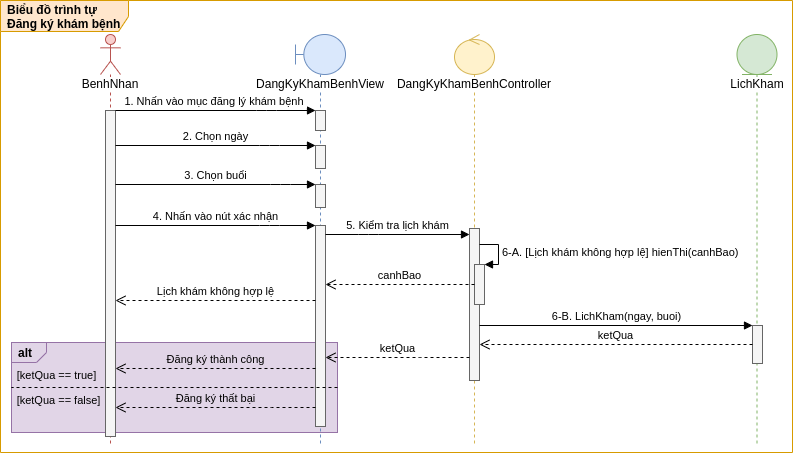
luclegen/medicine16 keeps this draw.io diagram as images/Sequence Diagram/Register for medical examination.png. Above is the earlier version. Source tidied: cells renumbered, new cells last; positions are measured from the earlier drawing's top-left corner, leaving out a move shared by most shapes.
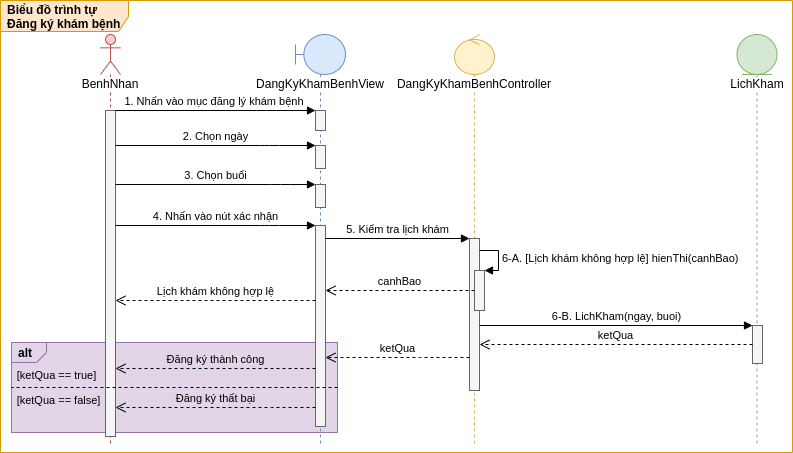
Later version of the same file.

Commit message:
Update Register for medical examination

The edit, as a diff of the source:
```diff
@@ -1,20 +1,20 @@
 <mxGraphModel>
   <root>
-    <mxCell id="0" />
-    <mxCell id="1" parent="0" />
+    <mxCell id="32" />
+    <mxCell id="33" parent="32" />
-    <mxCell id="2" value="&lt;b&gt;Biểu đồ trình tự&lt;br&gt;Đăng ký khám bệnh&lt;/b&gt;" style="shape=umlFrame;whiteSpace=wrap;html=1;width=128;height=31;boundedLbl=1;verticalAlign=middle;align=left;spacingLeft=5;fillColor=#ffe6cc;strokeColor=#d79b00;swimlaneFillColor=#FFFFFF;" parent="1" vertex="1">
+    <mxCell id="2" value="&lt;b&gt;Biểu đồ trình tự&lt;br&gt;Đăng ký khám bệnh&lt;/b&gt;" style="shape=umlFrame;whiteSpace=wrap;html=1;width=128;height=31;boundedLbl=1;verticalAlign=middle;align=left;spacingLeft=5;fillColor=#ffe6cc;strokeColor=#d79b00;swimlaneFillColor=#FFFFFF;" parent="33" vertex="1">
       <mxGeometry width="792" height="452" as="geometry" />
     </mxCell>
-    <mxCell id="3" value="alt" style="strokeColor=#9673a6;fillColor=#e1d5e7;html=1;shape=mxgraph.sysml.package;labelX=35;fontStyle=1;align=left;verticalAlign=top;spacingLeft=5;spacingTop=-3;labelBackgroundColor=none;" parent="1" vertex="1">
+    <mxCell id="3" value="alt" style="strokeColor=#9673a6;fillColor=#e1d5e7;html=1;shape=mxgraph.sysml.package;labelX=35;fontStyle=1;align=left;verticalAlign=top;spacingLeft=5;spacingTop=-3;labelBackgroundColor=none;" parent="33" vertex="1">
       <mxGeometry x="11" y="342" width="326" height="90" as="geometry" />
     </mxCell>
-    <mxCell id="4" value="&lt;span style=&quot;background-color: rgb(255 , 255 , 255)&quot;&gt;BenhNhan&lt;/span&gt;" style="shape=umlLifeline;participant=umlActor;perimeter=lifelinePerimeter;whiteSpace=wrap;html=1;verticalAlign=top;spacingTop=36;fillColor=#f8cecc;strokeColor=#b85450;" parent="1" vertex="1">
+    <mxCell id="4" value="&lt;span style=&quot;background-color: rgb(255 , 255 , 255)&quot;&gt;BenhNhan&lt;/span&gt;" style="shape=umlLifeline;participant=umlActor;perimeter=lifelinePerimeter;whiteSpace=wrap;html=1;verticalAlign=top;spacingTop=36;fillColor=#f8cecc;strokeColor=#b85450;" parent="33" vertex="1">
       <mxGeometry x="100" y="34" width="20" height="410" as="geometry" />
     </mxCell>
     <mxCell id="5" style="html=1;points=[];perimeter=orthogonalPerimeter;fillColor=#f5f5f5;strokeColor=#666666;fontColor=#333333;" parent="4" vertex="1">
       <mxGeometry x="5" y="76" width="10" height="326" as="geometry" />
     </mxCell>
-    <mxCell id="6" value="&lt;span style=&quot;background-color: rgb(255 , 255 , 255)&quot;&gt;DangKyKhamBenhView&lt;/span&gt;" style="shape=umlLifeline;participant=umlBoundary;perimeter=lifelinePerimeter;whiteSpace=wrap;html=1;verticalAlign=top;spacingTop=36;fillColor=#dae8fc;strokeColor=#6c8ebf;" parent="1" vertex="1">
+    <mxCell id="6" value="&lt;span style=&quot;background-color: rgb(255 , 255 , 255)&quot;&gt;DangKyKhamBenhView&lt;/span&gt;" style="shape=umlLifeline;participant=umlBoundary;perimeter=lifelinePerimeter;whiteSpace=wrap;html=1;verticalAlign=top;spacingTop=36;fillColor=#dae8fc;strokeColor=#6c8ebf;" parent="33" vertex="1">
       <mxGeometry x="295" y="34" width="50" height="410" as="geometry" />
     </mxCell>
     <mxCell id="7" style="html=1;points=[];perimeter=orthogonalPerimeter;fillColor=#f5f5f5;strokeColor=#666666;fontColor=#333333;" parent="6" vertex="1">
@@ -29,113 +29,112 @@
     <mxCell id="10" style="html=1;points=[];perimeter=orthogonalPerimeter;fillColor=#f5f5f5;strokeColor=#666666;fontColor=#333333;" parent="6" vertex="1">
       <mxGeometry x="20" y="191" width="10" height="201" as="geometry" />
     </mxCell>
-    <mxCell id="11" value="&lt;span style=&quot;background-color: rgb(255 , 255 , 255)&quot;&gt;DangKyKhamBenhController&lt;/span&gt;" style="shape=umlLifeline;participant=umlControl;perimeter=lifelinePerimeter;whiteSpace=wrap;html=1;verticalAlign=top;spacingTop=36;fillColor=#fff2cc;strokeColor=#d6b656;" parent="1" vertex="1">
+    <mxCell id="11" value="&lt;span style=&quot;background-color: rgb(255 , 255 , 255)&quot;&gt;DangKyKhamBenhController&lt;/span&gt;" style="shape=umlLifeline;participant=umlControl;perimeter=lifelinePerimeter;whiteSpace=wrap;html=1;verticalAlign=top;spacingTop=36;fillColor=#fff2cc;strokeColor=#d6b656;" parent="33" vertex="1">
       <mxGeometry x="454" y="34" width="40" height="410" as="geometry" />
     </mxCell>
-    <mxCell id="12" style="html=1;points=[];perimeter=orthogonalPerimeter;fillColor=#f5f5f5;strokeColor=#666666;fontColor=#333333;" parent="11" vertex="1">
-      <mxGeometry x="15" y="194" width="10" height="152" as="geometry" />
-    </mxCell>
+    <mxCell id="34" style="html=1;points=[];perimeter=orthogonalPerimeter;fillColor=#f5f5f5;strokeColor=#666666;fontColor=#333333;" parent="11" vertex="1">
+      <mxGeometry x="15" y="204" width="10" height="152" as="geometry" />
+    </mxCell>
-    <mxCell id="13" value="&lt;span style=&quot;background-color: rgb(255 , 255 , 255)&quot;&gt;LichKham&lt;/span&gt;" style="shape=umlLifeline;participant=umlEntity;perimeter=lifelinePerimeter;whiteSpace=wrap;html=1;verticalAlign=top;spacingTop=36;fillColor=#d5e8d4;strokeColor=#82b366;" parent="1" vertex="1">
+    <mxCell id="13" value="&lt;span style=&quot;background-color: rgb(255 , 255 , 255)&quot;&gt;LichKham&lt;/span&gt;" style="shape=umlLifeline;participant=umlEntity;perimeter=lifelinePerimeter;whiteSpace=wrap;html=1;verticalAlign=top;spacingTop=36;fillColor=#d5e8d4;strokeColor=#82b366;" parent="33" vertex="1">
       <mxGeometry x="736.5" y="34" width="40" height="410" as="geometry" />
     </mxCell>
-    <mxCell id="14" value="1. Nhấn vào mục đăng lý khám bệnh&amp;nbsp;" style="html=1;verticalAlign=bottom;endArrow=block;" parent="1" edge="1" source="5" target="7">
+    <mxCell id="14" value="1. Nhấn vào mục đăng lý khám bệnh&amp;nbsp;" style="html=1;verticalAlign=bottom;endArrow=block;" parent="33" edge="1" source="5" target="7">
       <mxGeometry relative="1" as="geometry">
         <Array as="points">
           <mxPoint x="266" y="110" />
         </Array>
       </mxGeometry>
     </mxCell>
-    <mxCell id="15" value="2. Chọn ngày" style="html=1;verticalAlign=bottom;endArrow=block;" parent="1" edge="1" source="5" target="8">
+    <mxCell id="15" value="2. Chọn ngày" style="html=1;verticalAlign=bottom;endArrow=block;" parent="33" edge="1" source="5" target="8">
       <mxGeometry relative="1" as="geometry">
         <Array as="points">
           <mxPoint x="269" y="145" />
         </Array>
       </mxGeometry>
     </mxCell>
-    <mxCell id="16" value="3. Chọn buổi" style="html=1;verticalAlign=bottom;endArrow=block;" parent="1" edge="1" source="5" target="9">
+    <mxCell id="16" value="3. Chọn buổi" style="html=1;verticalAlign=bottom;endArrow=block;" parent="33" edge="1" source="5" target="9">
       <mxGeometry relative="1" as="geometry">
         <Array as="points">
           <mxPoint x="280" y="184" />
         </Array>
       </mxGeometry>
     </mxCell>
-    <mxCell id="17" value="4. Nhấn vào nút xác nhận" style="html=1;verticalAlign=bottom;endArrow=block;" parent="1" edge="1" source="5" target="10">
+    <mxCell id="17" value="4. Nhấn vào nút xác nhận" style="html=1;verticalAlign=bottom;endArrow=block;" parent="33" edge="1" source="5" target="10">
       <mxGeometry relative="1" as="geometry">
         <Array as="points">
           <mxPoint x="269" y="225" />
         </Array>
       </mxGeometry>
     </mxCell>
-    <mxCell id="18" value="5. Kiểm tra lịch khám" style="html=1;verticalAlign=bottom;endArrow=block;" parent="1" edge="1" target="12">
+    <mxCell id="18" value="5. Kiểm tra lịch khám" style="html=1;verticalAlign=bottom;endArrow=block;" parent="33" edge="1" source="10" target="34">
       <mxGeometry relative="1" as="geometry">
-        <mxPoint x="325" y="234" as="sourcePoint" />
         <Array as="points">
-          <mxPoint x="368" y="234" />
+          <mxPoint x="418" y="238" />
         </Array>
       </mxGeometry>
     </mxCell>
-    <mxCell id="19" value="6-B. LichKham(ngay, buoi)" style="html=1;verticalAlign=bottom;endArrow=block;" parent="1" edge="1" target="20">
+    <mxCell id="19" value="6-B. LichKham(ngay, buoi)" style="html=1;verticalAlign=bottom;endArrow=block;" parent="33" edge="1" target="20">
       <mxGeometry relative="1" as="geometry">
         <mxPoint x="479" y="325" as="sourcePoint" />
       </mxGeometry>
     </mxCell>
-    <mxCell id="20" style="html=1;points=[];perimeter=orthogonalPerimeter;fillColor=#f5f5f5;strokeColor=#666666;fontColor=#333333;" parent="1" vertex="1">
+    <mxCell id="20" style="html=1;points=[];perimeter=orthogonalPerimeter;fillColor=#f5f5f5;strokeColor=#666666;fontColor=#333333;" parent="33" vertex="1">
       <mxGeometry x="752" y="325" width="10" height="38" as="geometry" />
     </mxCell>
-    <mxCell id="21" value="ketQua" style="html=1;verticalAlign=bottom;endArrow=open;dashed=1;endSize=8;" parent="1" edge="1" source="20">
-      <mxGeometry relative="1" as="geometry">
-        <mxPoint x="479" y="344" as="targetPoint" />
-        <Array as="points">
-          <mxPoint x="685" y="344" />
-        </Array>
-      </mxGeometry>
-    </mxCell>
+    <mxCell id="35" value="ketQua" style="html=1;verticalAlign=bottom;endArrow=open;dashed=1;endSize=8;" parent="33" edge="1" source="20">
+      <mxGeometry relative="1" as="geometry">
+        <mxPoint x="479" y="344" as="targetPoint" />
+        <Array as="points">
+          <mxPoint x="685" y="344" />
+        </Array>
+      </mxGeometry>
+    </mxCell>
-    <mxCell id="22" style="strokeColor=inherit;fillColor=inherit;gradientColor=inherit;endArrow=none;html=1;edgeStyle=none;dashed=1;exitX=1;exitY=0.5;exitDx=0;exitDy=0;exitPerimeter=0;entryX=0;entryY=0.5;entryDx=0;entryDy=0;entryPerimeter=0;" parent="1" edge="1" source="3" target="3">
+    <mxCell id="22" style="strokeColor=inherit;fillColor=inherit;gradientColor=inherit;endArrow=none;html=1;edgeStyle=none;dashed=1;exitX=1;exitY=0.5;exitDx=0;exitDy=0;exitPerimeter=0;entryX=0;entryY=0.5;entryDx=0;entryDy=0;entryPerimeter=0;" parent="33" edge="1" source="3" target="3">
       <mxGeometry relative="1" as="geometry" />
     </mxCell>
-    <mxCell id="23" value="&lt;div style=&quot;text-align: left&quot;&gt;Đăng ký thành công&lt;/div&gt;" style="html=1;verticalAlign=bottom;endArrow=open;dashed=1;endSize=8;labelBackgroundColor=none;" parent="1" edge="1" source="10" target="5">
+    <mxCell id="23" value="&lt;div style=&quot;text-align: left&quot;&gt;Đăng ký thành công&lt;/div&gt;" style="html=1;verticalAlign=bottom;endArrow=open;dashed=1;endSize=8;labelBackgroundColor=none;" parent="33" edge="1" source="10" target="5">
       <mxGeometry relative="1" as="geometry">
         <Array as="points">
           <mxPoint x="289" y="368" />
         </Array>
       </mxGeometry>
     </mxCell>
-    <mxCell id="24" value="&lt;span style=&quot;font-size: 11px&quot;&gt;[&lt;/span&gt;&lt;span style=&quot;font-size: 11px&quot;&gt;ketQua ==&lt;/span&gt;&lt;span style=&quot;font-size: 11px&quot;&gt;&amp;nbsp;true]&lt;/span&gt;" style="text;html=1;align=center;verticalAlign=middle;strokeColor=none;" parent="1" vertex="1">
+    <mxCell id="24" value="&lt;span style=&quot;font-size: 11px&quot;&gt;[&lt;/span&gt;&lt;span style=&quot;font-size: 11px&quot;&gt;ketQua ==&lt;/span&gt;&lt;span style=&quot;font-size: 11px&quot;&gt;&amp;nbsp;true]&lt;/span&gt;" style="text;html=1;align=center;verticalAlign=middle;strokeColor=none;" parent="33" vertex="1">
       <mxGeometry x="11" y="364" width="89" height="19" as="geometry" />
     </mxCell>
-    <mxCell id="25" value="&lt;span style=&quot;font-size: 11px&quot;&gt;[ketQua ==&lt;/span&gt;&lt;span style=&quot;font-size: 11px&quot;&gt;&amp;nbsp;false]&lt;/span&gt;" style="text;html=1;align=center;verticalAlign=middle;strokeColor=none;" parent="1" vertex="1">
+    <mxCell id="25" value="&lt;span style=&quot;font-size: 11px&quot;&gt;[ketQua ==&lt;/span&gt;&lt;span style=&quot;font-size: 11px&quot;&gt;&amp;nbsp;false]&lt;/span&gt;" style="text;html=1;align=center;verticalAlign=middle;strokeColor=none;" parent="33" vertex="1">
       <mxGeometry x="11" y="389" width="93" height="19" as="geometry" />
     </mxCell>
-    <mxCell id="26" value="&lt;div style=&quot;text-align: left&quot;&gt;Đăng ký thất bại&lt;/div&gt;" style="html=1;verticalAlign=bottom;endArrow=open;dashed=1;endSize=8;labelBackgroundColor=none;" parent="1" edge="1" source="10" target="5">
+    <mxCell id="26" value="&lt;div style=&quot;text-align: left&quot;&gt;Đăng ký thất bại&lt;/div&gt;" style="html=1;verticalAlign=bottom;endArrow=open;dashed=1;endSize=8;labelBackgroundColor=none;" parent="33" edge="1" source="10" target="5">
       <mxGeometry relative="1" as="geometry">
         <Array as="points">
           <mxPoint x="261" y="407" />
         </Array>
       </mxGeometry>
     </mxCell>
-    <mxCell id="27" value="ketQua" style="html=1;verticalAlign=bottom;endArrow=open;dashed=1;endSize=8;" parent="1" edge="1" source="12" target="10">
-      <mxGeometry relative="1" as="geometry">
-        <Array as="points">
-          <mxPoint x="429" y="357" />
-        </Array>
-      </mxGeometry>
-    </mxCell>
-    <mxCell id="28" style="html=1;points=[];perimeter=orthogonalPerimeter;labelBackgroundColor=#FFFFFF;fillColor=#f5f5f5;strokeColor=#666666;fontColor=#333333;" parent="1" vertex="1">
-      <mxGeometry x="474" y="264" width="10" height="40" as="geometry" />
-    </mxCell>
+    <mxCell id="36" value="ketQua" style="html=1;verticalAlign=bottom;endArrow=open;dashed=1;endSize=8;" parent="33" edge="1" source="34" target="10">
+      <mxGeometry relative="1" as="geometry">
+        <Array as="points">
+          <mxPoint x="429" y="357" />
+        </Array>
+      </mxGeometry>
+    </mxCell>
+    <mxCell id="37" style="html=1;points=[];perimeter=orthogonalPerimeter;labelBackgroundColor=#FFFFFF;fillColor=#f5f5f5;strokeColor=#666666;fontColor=#333333;" parent="33" vertex="1">
+      <mxGeometry x="474" y="270" width="10" height="40" as="geometry" />
+    </mxCell>
-    <mxCell id="29" value="6-A. [Lịch khám không hợp lệ] hienThi(canhBao)" style="edgeStyle=orthogonalEdgeStyle;html=1;align=left;spacingLeft=2;endArrow=block;rounded=0;entryX=1;entryY=0;" parent="1" edge="1" target="28">
+    <mxCell id="29" value="6-A. [Lịch khám không hợp lệ] hienThi(canhBao)" style="edgeStyle=orthogonalEdgeStyle;html=1;align=left;spacingLeft=2;endArrow=block;rounded=0;entryX=1;entryY=0;" parent="33" edge="1" target="37">
       <mxGeometry relative="1" as="geometry">
-        <mxPoint x="479" y="244" as="sourcePoint" />
+        <mxPoint x="479" y="250" as="sourcePoint" />
         <Array as="points">
-          <mxPoint x="498" y="244" />
-          <mxPoint x="498" y="264" />
+          <mxPoint x="498" y="250" />
+          <mxPoint x="498" y="270" />
         </Array>
       </mxGeometry>
     </mxCell>
-    <mxCell id="30" value="&lt;span style=&quot;text-align: left&quot;&gt;canhBao&lt;/span&gt;" style="html=1;verticalAlign=bottom;endArrow=open;dashed=1;endSize=8;" parent="1" edge="1" source="28" target="10">
+    <mxCell id="30" value="&lt;span style=&quot;text-align: left&quot;&gt;canhBao&lt;/span&gt;" style="html=1;verticalAlign=bottom;endArrow=open;dashed=1;endSize=8;" parent="33" edge="1" source="37" target="10">
       <mxGeometry relative="1" as="geometry" />
     </mxCell>
-    <mxCell id="31" value="&lt;div style=&quot;text-align: left&quot;&gt;Lịch khám không hợp lệ&lt;/div&gt;" style="html=1;verticalAlign=bottom;endArrow=open;dashed=1;endSize=8;" parent="1" edge="1" source="10" target="5">
+    <mxCell id="31" value="&lt;div style=&quot;text-align: left&quot;&gt;Lịch khám không hợp lệ&lt;/div&gt;" style="html=1;verticalAlign=bottom;endArrow=open;dashed=1;endSize=8;" parent="33" edge="1" source="10" target="5">
       <mxGeometry relative="1" as="geometry">
         <Array as="points">
           <mxPoint x="271" y="300" />
```
